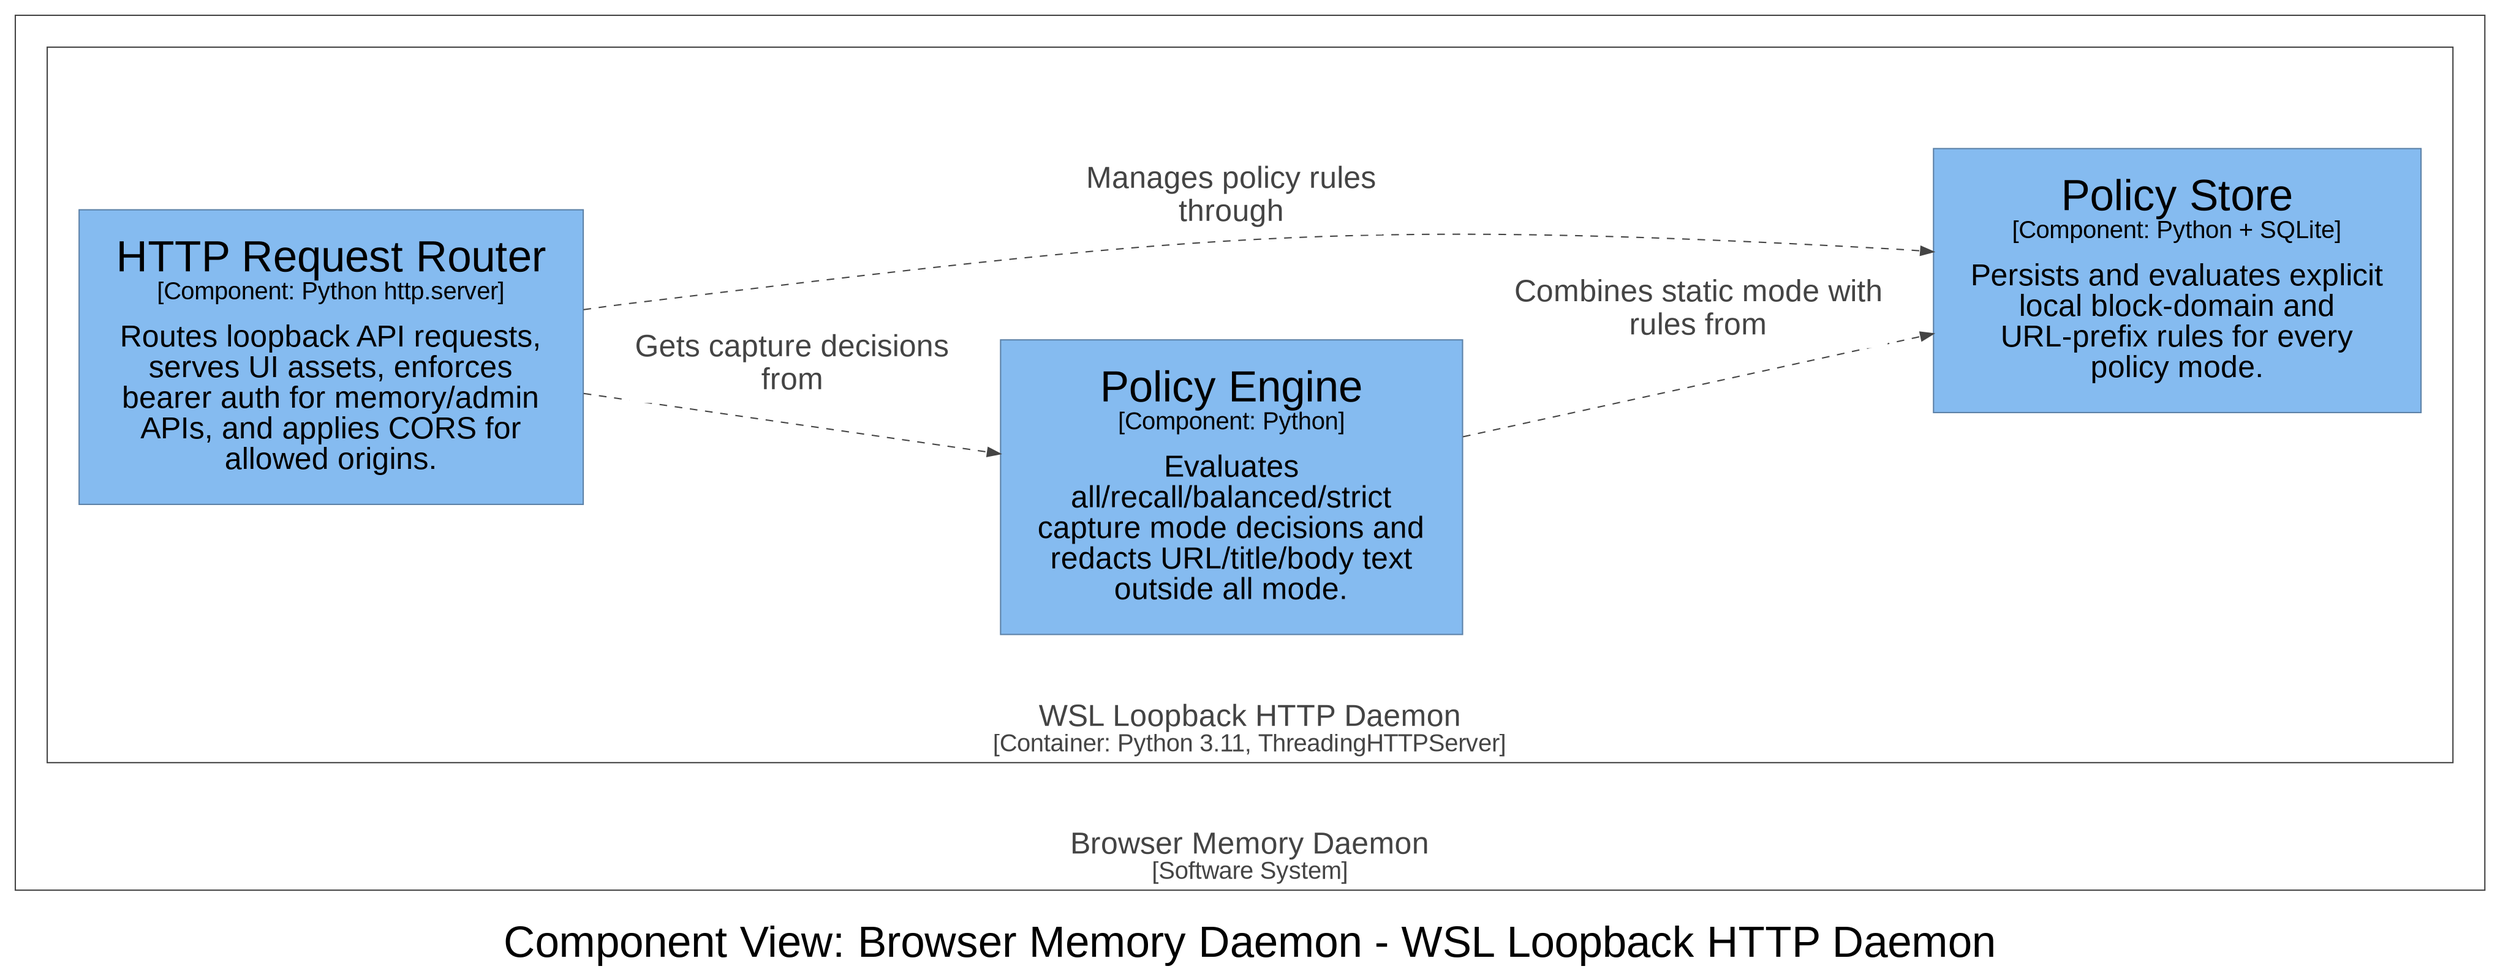
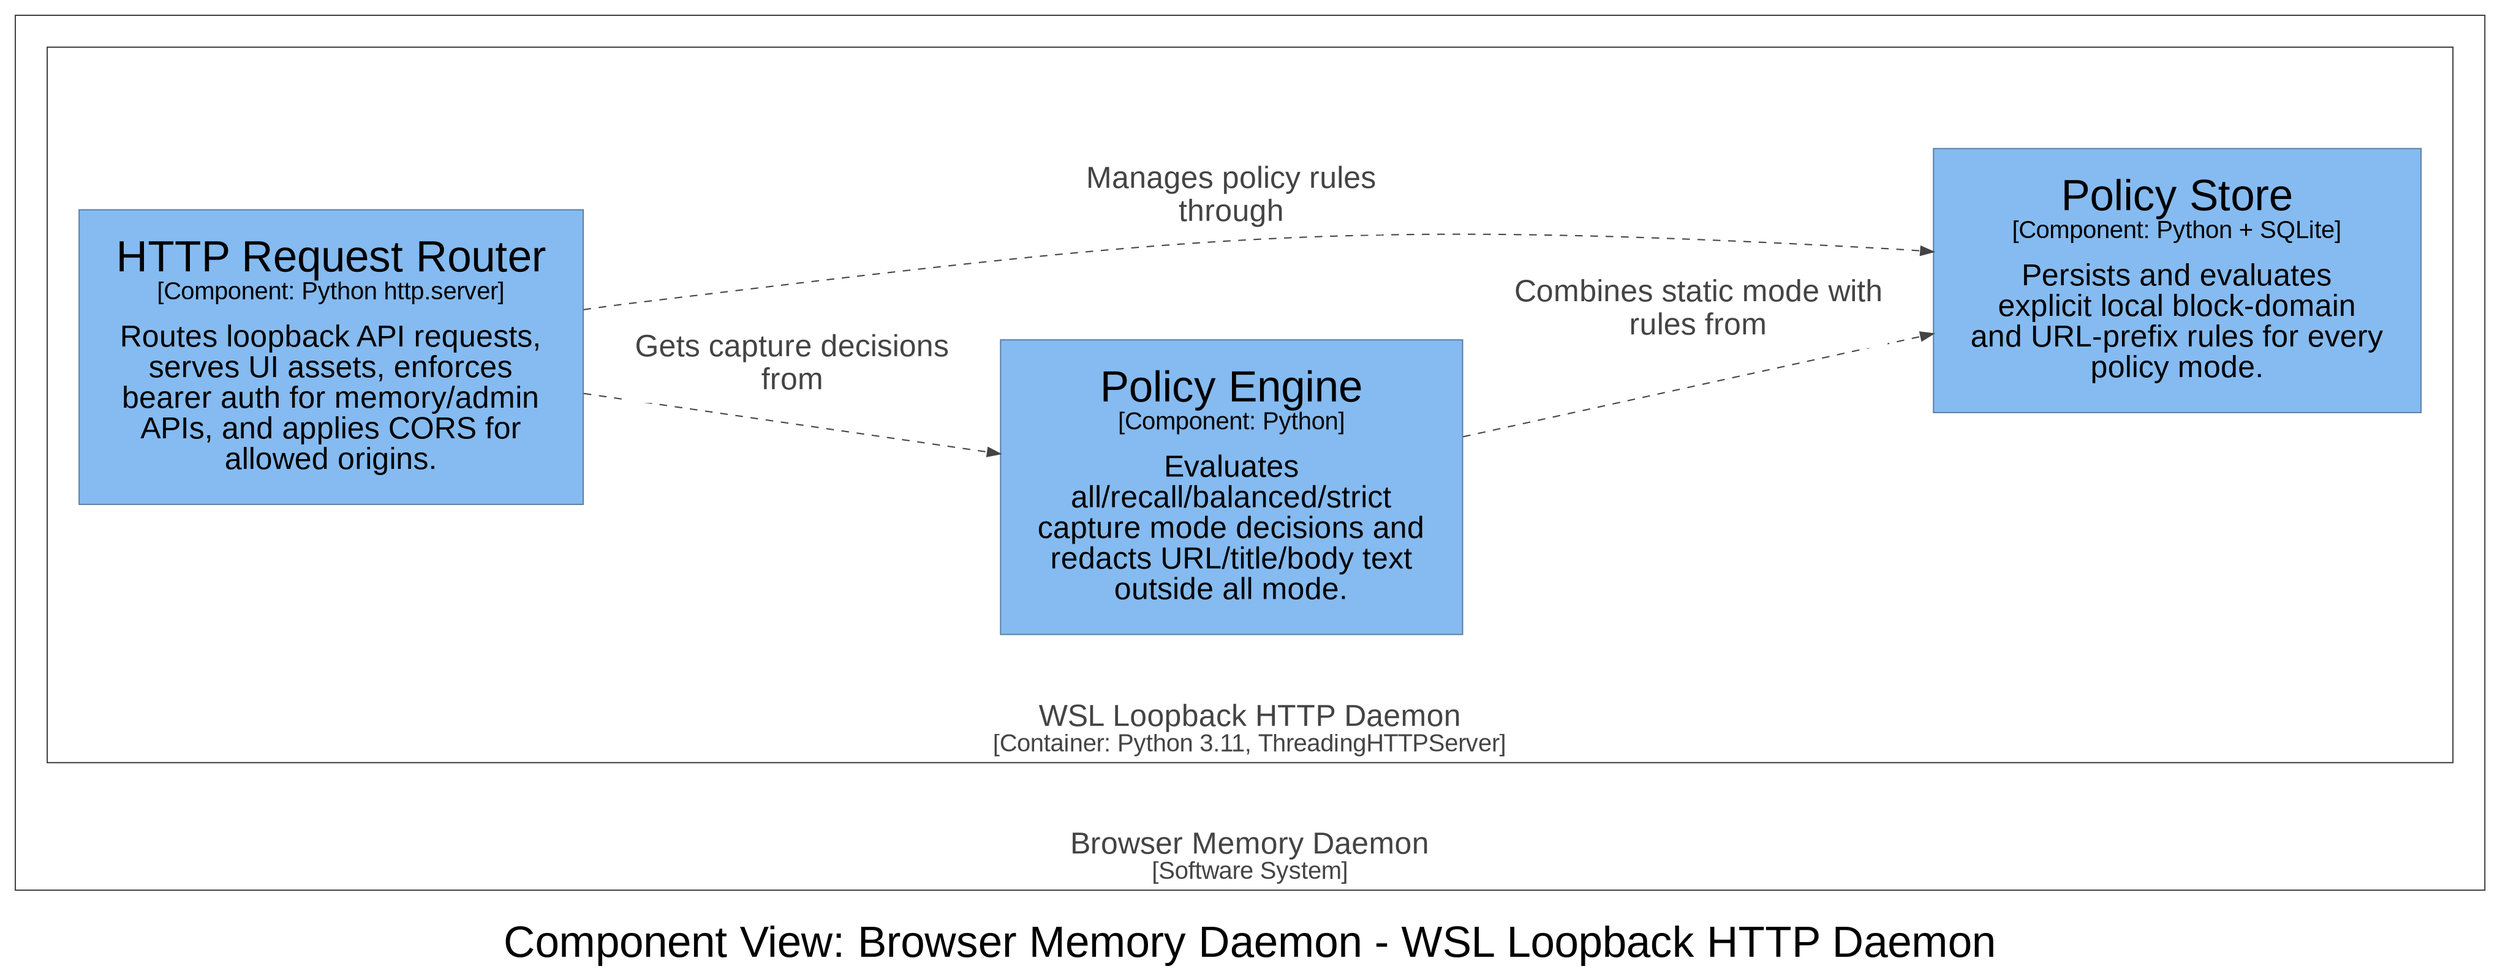
digraph {
  compound=true
  graph [fontname="Arial", rankdir=LR, ranksep=1.0, nodesep=1.0]
  node [fontname="Arial", shape=box, margin="0.4,0.3"]
  edge [fontname="Arial"]
  label=<<br /><font point-size="34">Component View: Browser Memory Daemon - WSL Loopback HTTP Daemon</font>>

  subgraph cluster_4 {
    margin=25
    label=<<font point-size="24"><br />Browser Memory Daemon</font><br /><font point-size="19">[Software System]</font>>
    labelloc=b
    color="#444444"
    fontcolor="#444444"
    fillcolor="#444444"

    subgraph cluster_14 {
      margin=25
      label=<<font point-size="24"><br />WSL Loopback HTTP Daemon</font><br /><font point-size="19">[Container: Python 3.11, ThreadingHTTPServer]</font>>
      labelloc=b
      color="#444444"
      fontcolor="#444444"
      fillcolor="#444444"

      15 [id=15,shape=rect, label=<<font point-size="34">HTTP Request Router</font><br /><font point-size="19">[Component: Python http.server]</font><br /><br /><font point-size="24">Routes loopback API requests,<br />serves UI assets, enforces<br />bearer auth for memory/admin<br />APIs, and applies CORS for<br />allowed origins.</font>>, style=filled, color="#5d82a8", fillcolor="#85bbf0", fontcolor="#000000"]
      16 [id=16,shape=rect, label=<<font point-size="34">Policy Engine</font><br /><font point-size="19">[Component: Python]</font><br /><br /><font point-size="24">Evaluates<br />all/recall/balanced/strict<br />capture mode decisions and<br />redacts URL/title/body text<br />outside all mode.</font>>, style=filled, color="#5d82a8", fillcolor="#85bbf0", fontcolor="#000000"]
-       17 [id=17,shape=rect, label=<<font point-size="34">Policy Store</font><br /><font point-size="19">[Component: Python + SQLite]</font><br /><br /><font point-size="24">Persists and evaluates explicit<br />local block-domain and<br />URL-prefix rules for every<br />policy mode.</font>>, style=filled, color="#5d82a8", fillcolor="#85bbf0", fontcolor="#000000"]
+       17 [id=17,shape=rect, label=<<font point-size="34">Policy Store</font><br /><font point-size="19">[Component: Python + SQLite]</font><br /><br /><font point-size="24">Persists and evaluates<br />explicit local block-domain<br />and URL-prefix rules for every<br />policy mode.</font>>, style=filled, color="#5d82a8", fillcolor="#85bbf0", fontcolor="#000000"]
    }

  }

  15 -> 16 [id=61, label=<<TABLE BORDER="0" CELLBORDER="0" CELLSPACING="0" CELLPADDING="4" BGCOLOR="white"><TR><TD><font point-size="24">Gets capture decisions<br />from</font></TD></TR></TABLE>>, style="dashed", color="#444444", fontcolor="#444444"]
  15 -> 17 [id=62, label=<<TABLE BORDER="0" CELLBORDER="0" CELLSPACING="0" CELLPADDING="4" BGCOLOR="white"><TR><TD><font point-size="24">Manages policy rules<br />through</font></TD></TR></TABLE>>, style="dashed", color="#444444", fontcolor="#444444"]
  16 -> 17 [id=69, label=<<TABLE BORDER="0" CELLBORDER="0" CELLSPACING="0" CELLPADDING="4" BGCOLOR="white"><TR><TD><font point-size="24">Combines static mode with<br />rules from</font></TD></TR></TABLE>>, style="dashed", color="#444444", fontcolor="#444444"]

}